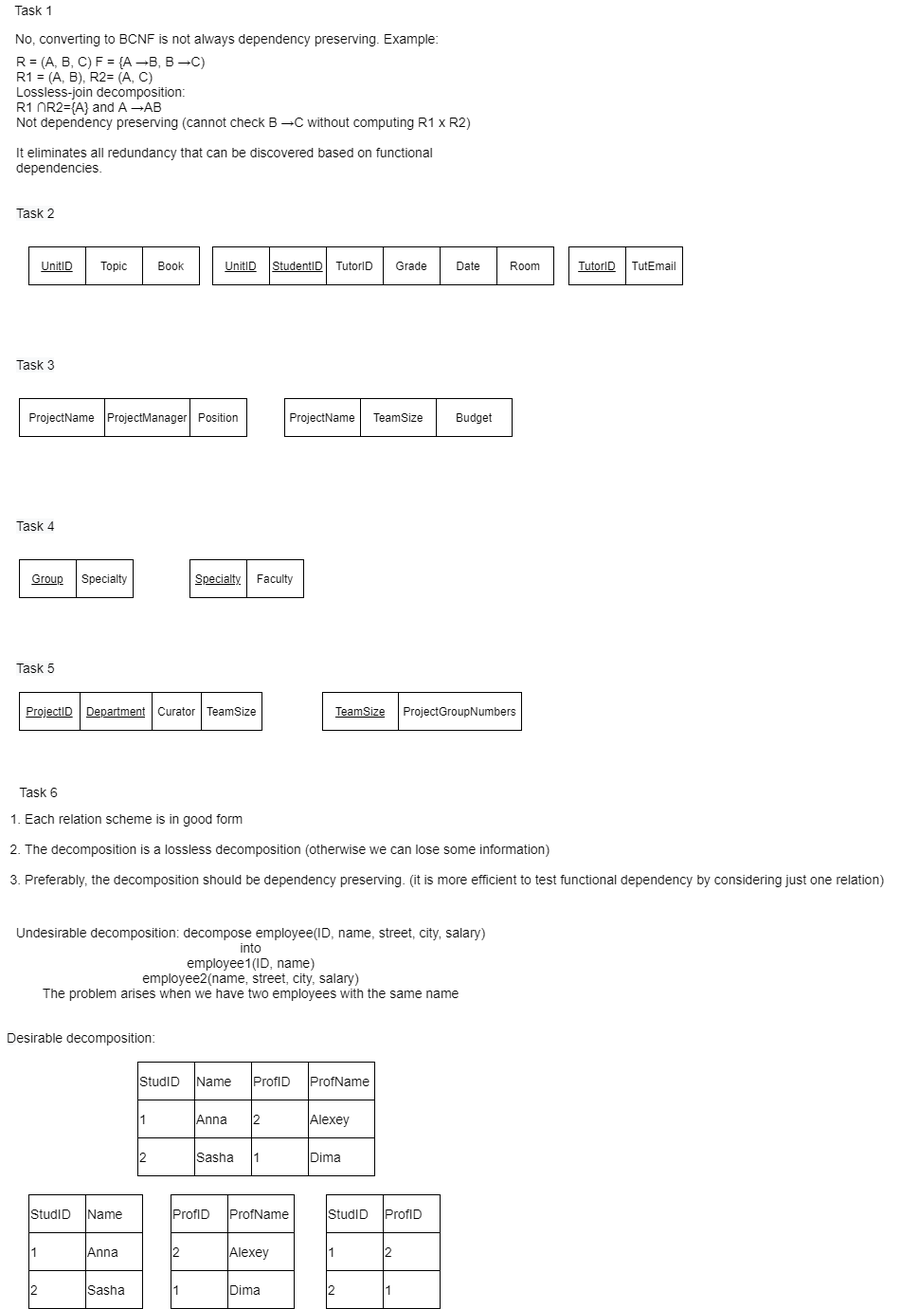
Earlier version of the draw.io export Lab5.drawio.png (AsselyaRaim/Databases-2021). Source tidied: cells renumbered, new cells last; positions are measured from the earlier drawing's top-left corner, leaving out a move shared by most shapes.
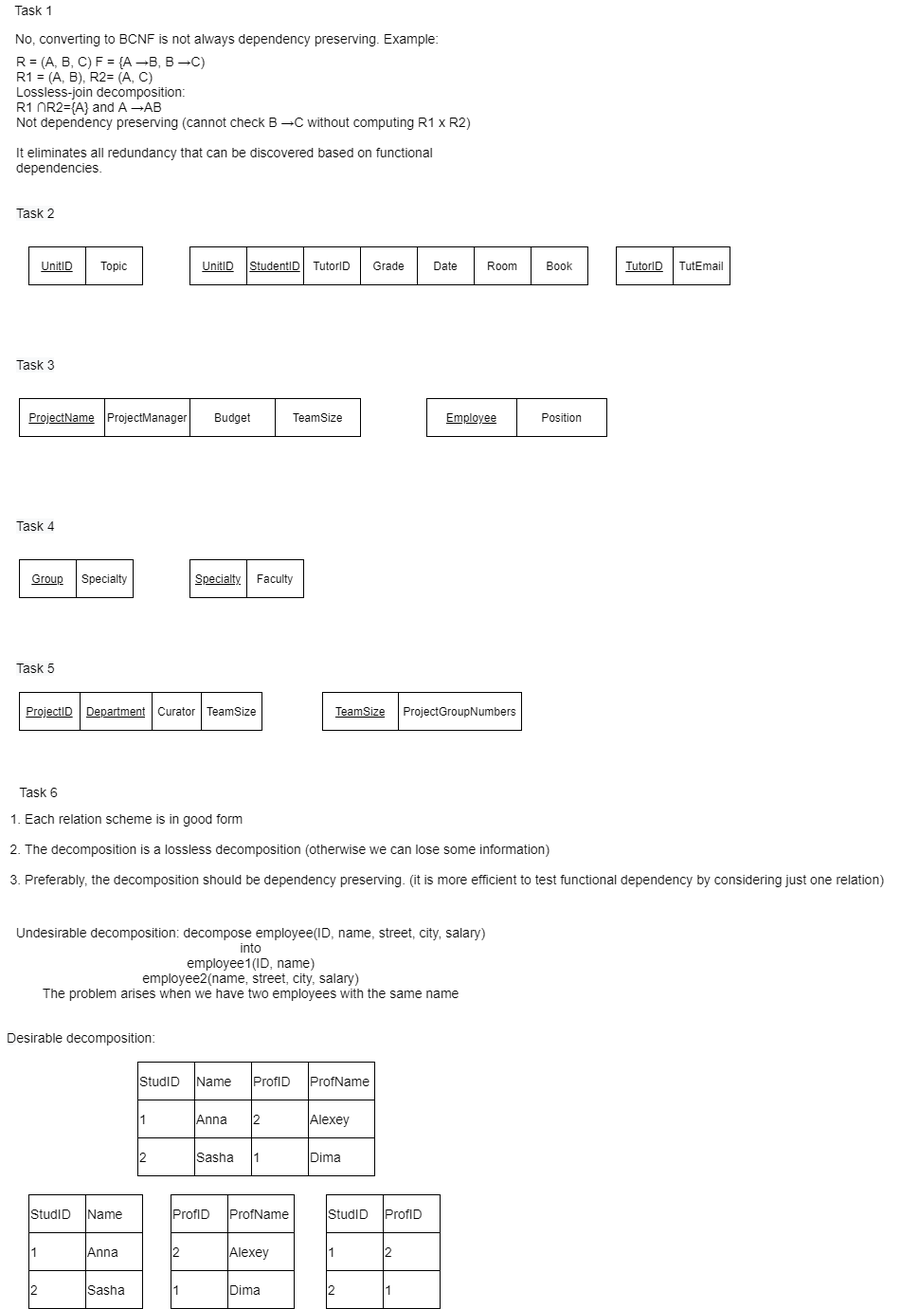
The same file after the commit.

The edit, as a diff of the source:
```diff
@@ -3,7 +3,7 @@
     <mxCell id="0" />
     <mxCell id="1" parent="0" />
     <mxCell id="2" style="shape=table;html=1;whiteSpace=wrap;startSize=0;" parent="1" vertex="1">
-      <mxGeometry x="600" y="260" width="120" height="40" as="geometry" />
+      <mxGeometry x="650" y="260" width="120" height="40" as="geometry" />
     </mxCell>
     <mxCell id="3" style="shape=partialRectangle;html=1;whiteSpace=wrap;fillColor=none;top=0;left=0;bottom=0;right=0;" parent="2" vertex="1">
       <mxGeometry width="120" height="40" as="geometry" />
@@ -15,25 +15,22 @@
       <mxGeometry x="60" width="60" height="40" as="geometry" />
     </mxCell>
     <mxCell id="6" style="shape=table;html=1;whiteSpace=wrap;startSize=0;" parent="1" vertex="1">
-      <mxGeometry x="30" y="260" width="180" height="40" as="geometry" />
+      <mxGeometry x="30" y="260" width="120" height="40" as="geometry" />
     </mxCell>
     <mxCell id="7" style="shape=partialRectangle;html=1;whiteSpace=wrap;fillColor=none;top=0;left=0;bottom=0;right=0;" parent="6" vertex="1">
-      <mxGeometry width="180" height="40" as="geometry" />
+      <mxGeometry width="120" height="40" as="geometry" />
     </mxCell>
     <mxCell id="8" value="&lt;u&gt;UnitID&lt;/u&gt;" style="shape=partialRectangle;html=1;whiteSpace=wrap;fillColor=none;top=0;left=0;bottom=0;right=0;overflow=hidden;" parent="7" vertex="1">
       <mxGeometry width="60" height="40" as="geometry" />
     </mxCell>
-    <mxCell id="9" value="Topic" style="shape=partialRectangle;html=1;whiteSpace=wrap;fillColor=none;top=0;left=0;bottom=0;right=0;overflow=hidden;" parent="7" vertex="1">
-      <mxGeometry x="60" width="60" height="40" as="geometry" />
-    </mxCell>
-    <mxCell id="10" value="Book" style="shape=partialRectangle;html=1;whiteSpace=wrap;fillColor=none;top=0;left=0;bottom=0;right=0;overflow=hidden;" parent="7" vertex="1">
-      <mxGeometry x="120" width="60" height="40" as="geometry" />
+    <mxCell id="10" value="Topic" style="shape=partialRectangle;html=1;whiteSpace=wrap;fillColor=none;top=0;left=0;bottom=0;right=0;overflow=hidden;" parent="7" vertex="1">
+      <mxGeometry x="60" width="60" height="40" as="geometry" />
     </mxCell>
     <mxCell id="11" style="shape=table;html=1;whiteSpace=wrap;startSize=0;" parent="1" vertex="1">
-      <mxGeometry x="224" y="260" width="360" height="40" as="geometry" />
+      <mxGeometry x="200" y="260" width="420" height="40" as="geometry" />
     </mxCell>
     <mxCell id="12" style="shape=partialRectangle;html=1;whiteSpace=wrap;fillColor=none;top=0;left=0;bottom=0;right=0;" parent="11" vertex="1">
-      <mxGeometry width="360" height="40" as="geometry" />
+      <mxGeometry width="420" height="40" as="geometry" />
     </mxCell>
     <mxCell id="13" value="&lt;u&gt;UnitID&lt;/u&gt;" style="shape=partialRectangle;html=1;whiteSpace=wrap;fillColor=none;top=0;left=0;bottom=0;right=0;overflow=hidden;" parent="12" vertex="1">
       <mxGeometry width="60" height="40" as="geometry" />
@@ -50,42 +47,30 @@
     <mxCell id="17" value="Date" style="shape=partialRectangle;html=1;whiteSpace=wrap;fillColor=none;top=0;left=0;bottom=0;right=0;overflow=hidden;" parent="12" vertex="1">
       <mxGeometry x="240" width="60" height="40" as="geometry" />
     </mxCell>
-    <mxCell id="18" style="shape=partialRectangle;html=1;whiteSpace=wrap;fillColor=none;top=0;left=0;bottom=0;right=0;overflow=hidden;" parent="12" vertex="1">
+    <mxCell id="18" value="Room" style="shape=partialRectangle;html=1;whiteSpace=wrap;fillColor=none;top=0;left=0;bottom=0;right=0;overflow=hidden;" parent="12" vertex="1">
       <mxGeometry x="300" width="60" height="40" as="geometry" />
     </mxCell>
+    <mxCell id="105" value="Book" style="shape=partialRectangle;html=1;whiteSpace=wrap;fillColor=none;top=0;left=0;bottom=0;right=0;overflow=hidden;" parent="12" vertex="1">
+      <mxGeometry x="360" width="60" height="40" as="geometry" />
+    </mxCell>
     <mxCell id="19" style="shape=table;html=1;whiteSpace=wrap;startSize=0;" parent="1" vertex="1">
-      <mxGeometry x="20" y="420" width="240" height="40" as="geometry" />
+      <mxGeometry x="20" y="420" width="360" height="40" as="geometry" />
     </mxCell>
     <mxCell id="20" style="shape=partialRectangle;html=1;whiteSpace=wrap;fillColor=none;top=0;left=0;bottom=0;right=0;" parent="19" vertex="1">
-      <mxGeometry width="240" height="40" as="geometry" />
+      <mxGeometry width="360" height="40" as="geometry" />
     </mxCell>
-    <mxCell id="21" value="ProjectName" style="shape=partialRectangle;html=1;whiteSpace=wrap;fillColor=none;top=0;left=0;bottom=0;right=0;overflow=hidden;" parent="20" vertex="1">
+    <mxCell id="21" value="&lt;u&gt;ProjectName&lt;/u&gt;" style="shape=partialRectangle;html=1;whiteSpace=wrap;fillColor=none;top=0;left=0;bottom=0;right=0;overflow=hidden;" parent="20" vertex="1">
       <mxGeometry width="90" height="40" as="geometry" />
     </mxCell>
     <mxCell id="22" value="ProjectManager" style="shape=partialRectangle;html=1;whiteSpace=wrap;fillColor=none;top=0;left=0;bottom=0;right=0;overflow=hidden;" parent="20" vertex="1">
       <mxGeometry x="90" width="90" height="40" as="geometry" />
     </mxCell>
-    <mxCell id="23" value="Position" style="shape=partialRectangle;html=1;whiteSpace=wrap;fillColor=none;top=0;left=0;bottom=0;right=0;overflow=hidden;" parent="20" vertex="1">
-      <mxGeometry x="180" width="60" height="40" as="geometry" />
-    </mxCell>
-    <mxCell id="24" value="Room" style="shape=partialRectangle;html=1;whiteSpace=wrap;fillColor=none;top=0;left=0;bottom=0;right=0;overflow=hidden;" parent="1" vertex="1">
-      <mxGeometry x="524" y="260" width="60" height="40" as="geometry" />
-    </mxCell>
-    <mxCell id="25" style="shape=table;html=1;whiteSpace=wrap;startSize=0;" parent="1" vertex="1">
-      <mxGeometry x="300" y="420" width="240" height="40" as="geometry" />
-    </mxCell>
-    <mxCell id="26" style="shape=partialRectangle;html=1;whiteSpace=wrap;fillColor=none;top=0;left=0;bottom=0;right=0;" parent="25" vertex="1">
-      <mxGeometry width="240" height="40" as="geometry" />
-    </mxCell>
-    <mxCell id="27" value="ProjectName" style="shape=partialRectangle;html=1;whiteSpace=wrap;fillColor=none;top=0;left=0;bottom=0;right=0;overflow=hidden;" parent="26" vertex="1">
-      <mxGeometry width="80" height="40" as="geometry" />
-    </mxCell>
+    <mxCell id="29" value="Budget" style="shape=partialRectangle;html=1;whiteSpace=wrap;fillColor=none;top=0;left=0;bottom=0;right=0;overflow=hidden;" parent="20" vertex="1">
+      <mxGeometry x="180" width="90" height="40" as="geometry" />
+    </mxCell>
-    <mxCell id="28" value="TeamSize" style="shape=partialRectangle;html=1;whiteSpace=wrap;fillColor=none;top=0;left=0;bottom=0;right=0;overflow=hidden;" parent="26" vertex="1">
-      <mxGeometry x="80" width="80" height="40" as="geometry" />
+    <mxCell id="28" value="TeamSize" style="shape=partialRectangle;html=1;whiteSpace=wrap;fillColor=none;top=0;left=0;bottom=0;right=0;overflow=hidden;" parent="20" vertex="1">
+      <mxGeometry x="270" width="90" height="40" as="geometry" />
     </mxCell>
-    <mxCell id="29" value="Budget" style="shape=partialRectangle;html=1;whiteSpace=wrap;fillColor=none;top=0;left=0;bottom=0;right=0;overflow=hidden;" parent="26" vertex="1">
-      <mxGeometry x="160" width="80" height="40" as="geometry" />
-    </mxCell>
     <mxCell id="30" style="shape=table;html=1;whiteSpace=wrap;startSize=0;" parent="1" vertex="1">
       <mxGeometry x="20" y="590" width="120" height="40" as="geometry" />
     </mxCell>
@@ -311,5 +296,17 @@
     <mxCell id="104" value="&lt;span style=&quot;color: rgb(0 , 0 , 0) ; font-family: &amp;#34;helvetica&amp;#34; ; font-size: 14px ; font-style: normal ; font-weight: 400 ; letter-spacing: normal ; text-align: center ; text-indent: 0px ; text-transform: none ; word-spacing: 0px ; background-color: rgb(248 , 249 , 250) ; display: inline ; float: none&quot;&gt;Task 5&lt;/span&gt;" style="text;whiteSpace=wrap;html=1;fontSize=14;" parent="1" vertex="1">
       <mxGeometry x="15" y="690" width="70" height="30" as="geometry" />
     </mxCell>
+    <mxCell id="106" style="shape=table;html=1;whiteSpace=wrap;startSize=0;" parent="1" vertex="1">
+      <mxGeometry x="450" y="420" width="190" height="40" as="geometry" />
+    </mxCell>
+    <mxCell id="107" style="shape=partialRectangle;html=1;whiteSpace=wrap;fillColor=none;top=0;left=0;bottom=0;right=0;" parent="106" vertex="1">
+      <mxGeometry width="190" height="40" as="geometry" />
+    </mxCell>
+    <mxCell id="108" value="&lt;u&gt;Employee&lt;/u&gt;" style="shape=partialRectangle;html=1;whiteSpace=wrap;fillColor=none;top=0;left=0;bottom=0;right=0;overflow=hidden;" parent="107" vertex="1">
+      <mxGeometry width="95" height="40" as="geometry" />
+    </mxCell>
+    <mxCell id="23" value="Position" style="shape=partialRectangle;html=1;whiteSpace=wrap;fillColor=none;top=0;left=0;bottom=0;right=0;overflow=hidden;" parent="107" vertex="1">
+      <mxGeometry x="95" width="95" height="40" as="geometry" />
+    </mxCell>
   </root>
 </mxGraphModel>
```
